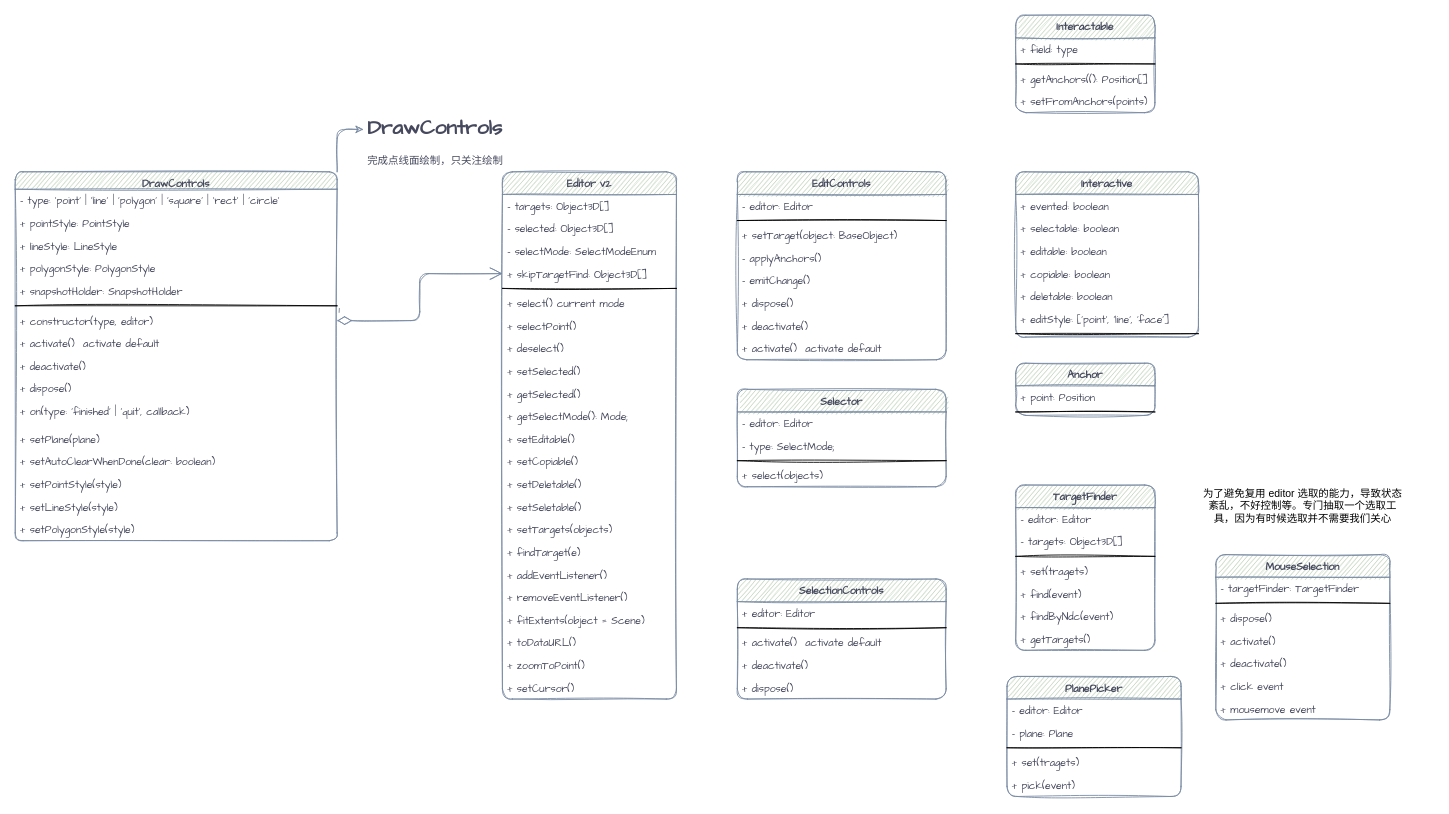
The draw.io diagram page "第 2 页" (2 of 3) of 绘制区间线.drawio in liuxinqiong/drawio, before the edit. Source tidied: cells renumbered, new cells numbered last; positions are measured from the earlier drawing's top-left corner, leaving out a move shared by most shapes. Both pictures are drawn from the tidied source at 87%, with x=0, y=0 at pixel (15, 15).
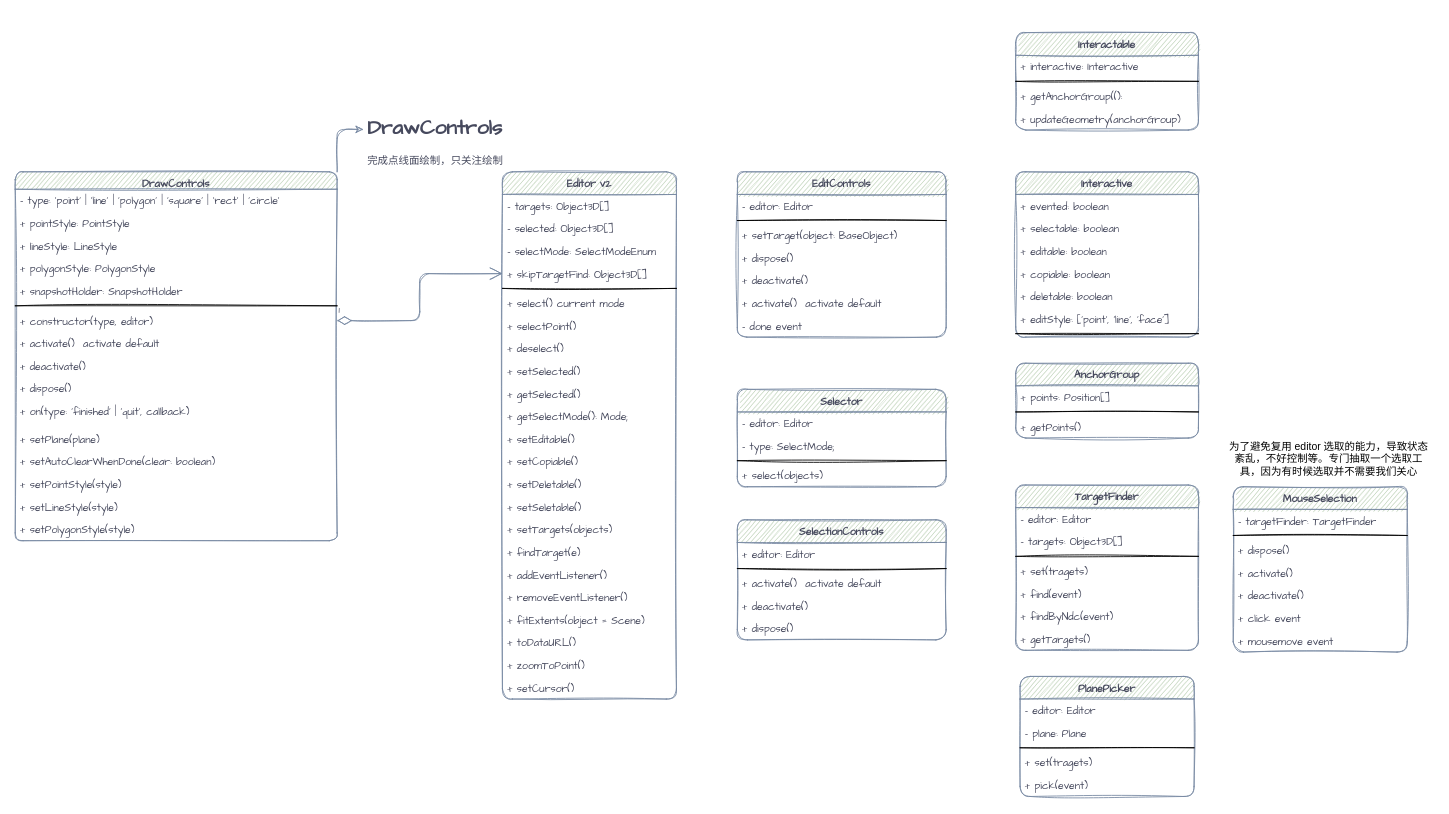
Above is the later version.

The edit, as a diff of the source:
```diff
@@
     <mxCell id="22" value="SelectionControls" style="swimlane;fontStyle=1;align=center;verticalAlign=top;horizontal=1;startSize=26;rounded=1;sketch=1;fontFamily=Comic Sans MS;fontColor=#46495D;strokeColor=#788AA3;fillColor=#B2C9AB;" parent="1" vertex="1">
-      <mxGeometry x="830" y="648" width="240" height="138" as="geometry" />
+      <mxGeometry x="830" y="580" width="240" height="138" as="geometry" />
     </mxCell>
@@
     <mxCell id="60" value="EditControls" style="swimlane;fontStyle=1;align=center;verticalAlign=top;horizontal=1;startSize=26;rounded=1;sketch=1;fontFamily=Comic Sans MS;fontColor=#46495D;strokeColor=#788AA3;fillColor=#B2C9AB;arcSize=14;" parent="1" vertex="1">
-      <mxGeometry x="830" y="180" width="240" height="216" as="geometry" />
+      <mxGeometry x="830" y="180" width="240" height="190" as="geometry" />
     </mxCell>
@@
-    <mxCell id="64" value="- applyAnchors()" style="text;strokeColor=none;fillColor=none;align=left;verticalAlign=top;spacingLeft=4;spacingRight=4;overflow=hidden;rounded=1;sketch=1;fontFamily=Comic Sans MS;fontColor=#46495D;" parent="60" vertex="1">
-      <mxGeometry y="86" width="240" height="26" as="geometry" />
-    </mxCell>
-    <mxCell id="65" value="- emitChange()" style="text;strokeColor=none;fillColor=none;align=left;verticalAlign=top;spacingLeft=4;spacingRight=4;overflow=hidden;rounded=1;sketch=1;fontFamily=Comic Sans MS;fontColor=#46495D;" parent="60" vertex="1">
-      <mxGeometry y="112" width="240" height="26" as="geometry" />
-    </mxCell>
     <mxCell id="66" value="+ dispose()" style="text;strokeColor=none;fillColor=none;align=left;verticalAlign=top;spacingLeft=4;spacingRight=4;overflow=hidden;rounded=1;sketch=1;fontFamily=Comic Sans MS;fontColor=#46495D;" parent="60" vertex="1">
-      <mxGeometry y="138" width="240" height="26" as="geometry" />
+      <mxGeometry y="86" width="240" height="26" as="geometry" />
     </mxCell>
     <mxCell id="67" value="+ deactivate()" style="text;strokeColor=none;fillColor=none;align=left;verticalAlign=top;spacingLeft=4;spacingRight=4;overflow=hidden;rounded=1;sketch=1;fontFamily=Comic Sans MS;fontColor=#46495D;" parent="60" vertex="1">
-      <mxGeometry y="164" width="240" height="26" as="geometry" />
+      <mxGeometry y="112" width="240" height="26" as="geometry" />
     </mxCell>
     <mxCell id="68" value="+ activate()  activate default" style="text;strokeColor=none;fillColor=none;align=left;verticalAlign=top;spacingLeft=4;spacingRight=4;overflow=hidden;rounded=1;sketch=1;fontFamily=Comic Sans MS;fontColor=#46495D;" parent="60" vertex="1">
-      <mxGeometry y="190" width="240" height="26" as="geometry" />
+      <mxGeometry y="138" width="240" height="26" as="geometry" />
     </mxCell>
+    <mxCell id="65" value="- done event" style="text;strokeColor=none;fillColor=none;align=left;verticalAlign=top;spacingLeft=4;spacingRight=4;overflow=hidden;rounded=1;sketch=1;fontFamily=Comic Sans MS;fontColor=#46495D;" parent="60" vertex="1">
+      <mxGeometry y="164" width="240" height="26" as="geometry" />
+    </mxCell>
-    <mxCell id="69" value="Anchor" style="swimlane;fontStyle=1;align=center;verticalAlign=top;horizontal=1;startSize=26;rounded=1;sketch=1;fontFamily=Comic Sans MS;fontColor=#46495D;strokeColor=#788AA3;fillColor=#B2C9AB;" parent="1" vertex="1">
-      <mxGeometry x="1150" y="400" width="160" height="60" as="geometry" />
+    <mxCell id="69" value="AnchorGroup" style="swimlane;fontStyle=1;align=center;verticalAlign=top;horizontal=1;startSize=26;rounded=1;sketch=1;fontFamily=Comic Sans MS;fontColor=#46495D;strokeColor=#788AA3;fillColor=#B2C9AB;" parent="1" vertex="1">
+      <mxGeometry x="1150" y="400" width="210" height="86" as="geometry" />
     </mxCell>
-    <mxCell id="70" value="+ point: Position" style="text;strokeColor=none;fillColor=none;align=left;verticalAlign=top;spacingLeft=4;spacingRight=4;overflow=hidden;rounded=1;sketch=1;fontFamily=Comic Sans MS;fontColor=#46495D;" parent="69" vertex="1">
-      <mxGeometry y="26" width="160" height="26" as="geometry" />
+    <mxCell id="70" value="+ points: Position[]" style="text;strokeColor=none;fillColor=none;align=left;verticalAlign=top;spacingLeft=4;spacingRight=4;overflow=hidden;rounded=1;sketch=1;fontFamily=Comic Sans MS;fontColor=#46495D;" parent="69" vertex="1">
+      <mxGeometry y="26" width="210" height="26" as="geometry" />
     </mxCell>
     <mxCell id="71" style="line;strokeWidth=1;fillColor=none;align=left;verticalAlign=middle;spacingTop=-1;spacingLeft=3;spacingRight=3;labelPosition=right;rounded=1;sketch=1;fontFamily=Comic Sans MS;fontColor=#46495D;" parent="69" vertex="1">
-      <mxGeometry y="52" width="160" height="8" as="geometry" />
+      <mxGeometry y="52" width="210" height="8" as="geometry" />
     </mxCell>
+    <mxCell id="105" value="+ getPoints()" style="text;strokeColor=none;fillColor=none;align=left;verticalAlign=top;spacingLeft=4;spacingRight=4;overflow=hidden;rounded=1;sketch=1;fontFamily=Comic Sans MS;fontColor=#46495D;" parent="69" vertex="1">
+      <mxGeometry y="60" width="210" height="26" as="geometry" />
+    </mxCell>
     <mxCell id="72" value="Interactable" style="swimlane;fontStyle=1;align=center;verticalAlign=top;horizontal=1;startSize=26;rounded=1;sketch=1;fontFamily=Comic Sans MS;fontColor=#46495D;strokeColor=#788AA3;fillColor=#B2C9AB;" parent="1" vertex="1">
-      <mxGeometry x="1150" width="160" height="112" as="geometry" />
+      <mxGeometry x="1150" y="20" width="210" height="112" as="geometry" />
     </mxCell>
-    <mxCell id="73" value="+ field: type" style="text;strokeColor=none;fillColor=none;align=left;verticalAlign=top;spacingLeft=4;spacingRight=4;overflow=hidden;rounded=1;sketch=1;fontFamily=Comic Sans MS;fontColor=#46495D;" parent="72" vertex="1">
-      <mxGeometry y="26" width="160" height="26" as="geometry" />
+    <mxCell id="73" value="+ interactive: Interactive" style="text;strokeColor=none;fillColor=none;align=left;verticalAlign=top;spacingLeft=4;spacingRight=4;overflow=hidden;rounded=1;sketch=1;fontFamily=Comic Sans MS;fontColor=#46495D;" parent="72" vertex="1">
+      <mxGeometry y="26" width="210" height="26" as="geometry" />
     </mxCell>
     <mxCell id="74" style="line;strokeWidth=1;fillColor=none;align=left;verticalAlign=middle;spacingTop=-1;spacingLeft=3;spacingRight=3;labelPosition=right;rounded=1;sketch=1;fontFamily=Comic Sans MS;fontColor=#46495D;" parent="72" vertex="1">
-      <mxGeometry y="52" width="160" height="8" as="geometry" />
+      <mxGeometry y="52" width="210" height="8" as="geometry" />
     </mxCell>
-    <mxCell id="75" value="+ getAnchors((): Position[]" style="text;strokeColor=none;fillColor=none;align=left;verticalAlign=top;spacingLeft=4;spacingRight=4;overflow=hidden;rounded=1;sketch=1;fontFamily=Comic Sans MS;fontColor=#46495D;" parent="72" vertex="1">
-      <mxGeometry y="60" width="160" height="26" as="geometry" />
+    <mxCell id="75" value="+ getAnchorGroup(():" style="text;strokeColor=none;fillColor=none;align=left;verticalAlign=top;spacingLeft=4;spacingRight=4;overflow=hidden;rounded=1;sketch=1;fontFamily=Comic Sans MS;fontColor=#46495D;" parent="72" vertex="1">
+      <mxGeometry y="60" width="210" height="26" as="geometry" />
     </mxCell>
-    <mxCell id="76" value="+ setFromAnchors(points)" style="text;strokeColor=none;fillColor=none;align=left;verticalAlign=top;spacingLeft=4;spacingRight=4;overflow=hidden;rounded=1;sketch=1;fontFamily=Comic Sans MS;fontColor=#46495D;" parent="72" vertex="1">
-      <mxGeometry y="86" width="160" height="26" as="geometry" />
+    <mxCell id="76" value="+ updateGeometry(anchorGroup)" style="text;strokeColor=none;fillColor=none;align=left;verticalAlign=top;spacingLeft=4;spacingRight=4;overflow=hidden;rounded=1;sketch=1;fontFamily=Comic Sans MS;fontColor=#46495D;" parent="72" vertex="1">
+      <mxGeometry y="86" width="210" height="26" as="geometry" />
     </mxCell>
     <mxCell id="77" value="TargetFinder" style="swimlane;fontStyle=1;align=center;verticalAlign=top;horizontal=1;startSize=26;rounded=1;sketch=1;fontFamily=Comic Sans MS;fontColor=#46495D;strokeColor=#788AA3;fillColor=#B2C9AB;" parent="1" vertex="1">
-      <mxGeometry x="1150" y="540" width="160" height="190" as="geometry" />
+      <mxGeometry x="1150" y="540" width="210" height="190" as="geometry" />
     </mxCell>
     <mxCell id="78" value="- editor: Editor" style="text;strokeColor=none;fillColor=none;align=left;verticalAlign=top;spacingLeft=4;spacingRight=4;overflow=hidden;rounded=1;sketch=1;fontFamily=Comic Sans MS;fontColor=#46495D;" parent="77" vertex="1">
-      <mxGeometry y="26" width="160" height="26" as="geometry" />
+      <mxGeometry y="26" width="210" height="26" as="geometry" />
     </mxCell>
     <mxCell id="79" value="- targets: Object3D[]" style="text;strokeColor=none;fillColor=none;align=left;verticalAlign=top;spacingLeft=4;spacingRight=4;overflow=hidden;rounded=1;sketch=1;fontFamily=Comic Sans MS;fontColor=#46495D;" parent="77" vertex="1">
-      <mxGeometry y="52" width="160" height="26" as="geometry" />
+      <mxGeometry y="52" width="210" height="26" as="geometry" />
     </mxCell>
     <mxCell id="80" style="line;strokeWidth=1;fillColor=none;align=left;verticalAlign=middle;spacingTop=-1;spacingLeft=3;spacingRight=3;labelPosition=right;rounded=1;sketch=1;fontFamily=Comic Sans MS;fontColor=#46495D;" parent="77" vertex="1">
-      <mxGeometry y="78" width="160" height="8" as="geometry" />
+      <mxGeometry y="78" width="210" height="8" as="geometry" />
     </mxCell>
     <mxCell id="81" value="+ set(tragets)" style="text;strokeColor=none;fillColor=none;align=left;verticalAlign=top;spacingLeft=4;spacingRight=4;overflow=hidden;rounded=1;sketch=1;fontFamily=Comic Sans MS;fontColor=#46495D;" parent="77" vertex="1">
-      <mxGeometry y="86" width="160" height="26" as="geometry" />
+      <mxGeometry y="86" width="210" height="26" as="geometry" />
     </mxCell>
     <mxCell id="82" value="+ find(event)" style="text;strokeColor=none;fillColor=none;align=left;verticalAlign=top;spacingLeft=4;spacingRight=4;overflow=hidden;rounded=1;sketch=1;fontFamily=Comic Sans MS;fontColor=#46495D;" parent="77" vertex="1">
-      <mxGeometry y="112" width="160" height="26" as="geometry" />
+      <mxGeometry y="112" width="210" height="26" as="geometry" />
     </mxCell>
     <mxCell id="83" value="+ findByNdc(event)" style="text;strokeColor=none;fillColor=none;align=left;verticalAlign=top;spacingLeft=4;spacingRight=4;overflow=hidden;rounded=1;sketch=1;fontFamily=Comic Sans MS;fontColor=#46495D;" parent="77" vertex="1">
-      <mxGeometry y="138" width="160" height="26" as="geometry" />
+      <mxGeometry y="138" width="210" height="26" as="geometry" />
     </mxCell>
     <mxCell id="84" value="+ getTargets()" style="text;strokeColor=none;fillColor=none;align=left;verticalAlign=top;spacingLeft=4;spacingRight=4;overflow=hidden;rounded=1;sketch=1;fontFamily=Comic Sans MS;fontColor=#46495D;" parent="77" vertex="1">
-      <mxGeometry y="164" width="160" height="26" as="geometry" />
+      <mxGeometry y="164" width="210" height="26" as="geometry" />
     </mxCell>
     <mxCell id="85" value="为了避免复用 editor 选取的能力，导致状态紊乱，不好控制等。专门抽取一个选取工具，因为有时候选取并不需要我们关心&lt;br&gt;" style="text;html=1;strokeColor=none;fillColor=none;align=center;verticalAlign=middle;whiteSpace=wrap;rounded=0;" parent="1" vertex="1">
-      <mxGeometry x="1360" y="540" width="240" height="48" as="geometry" />
+      <mxGeometry x="1390" y="486" width="240" height="48" as="geometry" />
     </mxCell>
@@
     <mxCell id="91" value="PlanePicker" style="swimlane;fontStyle=1;align=center;verticalAlign=top;horizontal=1;startSize=26;rounded=1;sketch=1;fontFamily=Comic Sans MS;fontColor=#46495D;strokeColor=#788AA3;fillColor=#B2C9AB;" parent="1" vertex="1">
-      <mxGeometry x="1140" y="760" width="200" height="138" as="geometry" />
+      <mxGeometry x="1155" y="760" width="200" height="138" as="geometry" />
     </mxCell>
@@
     <mxCell id="97" value="MouseSelection" style="swimlane;fontStyle=1;align=center;verticalAlign=top;horizontal=1;startSize=26;rounded=1;sketch=1;fontFamily=Comic Sans MS;fontColor=#46495D;strokeColor=#788AA3;fillColor=#B2C9AB;" parent="1" vertex="1">
-      <mxGeometry x="1380" y="620" width="200" height="190" as="geometry" />
+      <mxGeometry x="1400" y="542" width="200" height="190" as="geometry" />
     </mxCell>
```
